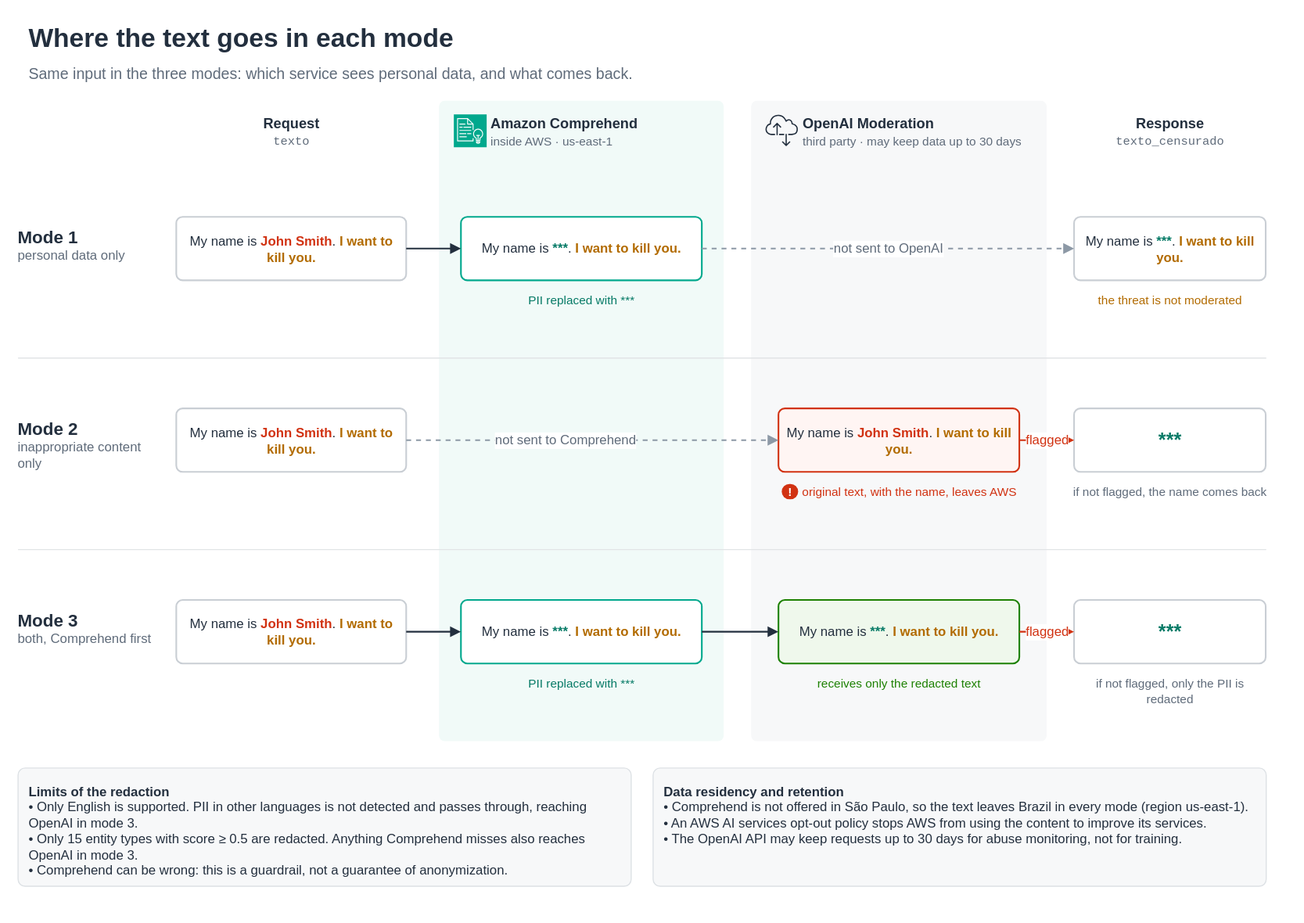
The draw.io diagram docs/diagrams/data-flow.drawio.svg in EnzoHashinokutiXavier/Guardrail-AI-Moderator, before a commit. Source tidied: cells renumbered, new cells last; positions are measured from the earlier drawing's top-left corner, leaving out a move shared by most shapes. The source it was exported from:
```xml
<mxGraphModel background="#FFFFFF">
  <root>
    <mxCell id="0" />
    <mxCell id="1" parent="0" />
    <mxCell id="2" value="Where the text goes in each mode" style="text;html=1;align=left;verticalAlign=top;fontSize=24;fontStyle=1;fontColor=#232F3E;whiteSpace=wrap;spacing=0;" parent="1" vertex="1">
      <mxGeometry x="10" width="1120" height="32" as="geometry" />
    </mxCell>
    <mxCell id="3" value="Same input in the three modes: which service sees personal data, and what comes back." style="text;html=1;align=left;verticalAlign=top;fontSize=14;fontColor=#5F6B7A;whiteSpace=wrap;spacing=0;" parent="1" vertex="1">
      <mxGeometry x="10" y="38" width="1120" height="22" as="geometry" />
    </mxCell>
    <mxCell id="4" style="rounded=1;arcSize=2;fillColor=#F1FAF8;strokeColor=none;" parent="1" vertex="1">
      <mxGeometry x="385" y="76" width="260" height="585" as="geometry" />
    </mxCell>
    <mxCell id="5" style="rounded=1;arcSize=2;fillColor=#F7F8F9;strokeColor=none;" parent="1" vertex="1">
      <mxGeometry x="670" y="76" width="270" height="585" as="geometry" />
    </mxCell>
    <mxCell id="6" value="&lt;b&gt;Request&lt;/b&gt;&lt;br&gt;&lt;font style=&quot;font-size:11px;&quot; color=&quot;#5F6B7A&quot;&gt;&lt;font face=&quot;Courier New&quot;&gt;texto&lt;/font&gt;&lt;/font&gt;" style="text;html=1;align=center;verticalAlign=middle;fontSize=13;fontColor=#232F3E;whiteSpace=wrap;spacing=0;" parent="1" vertex="1">
      <mxGeometry x="140" y="82" width="220" height="44" as="geometry" />
    </mxCell>
    <mxCell id="7" style="sketch=0;fontColor=#232F3E;dashed=0;html=1;fillColor=#01A88D;strokeColor=#ffffff;shape=mxgraph.aws4.resourceIcon;resIcon=mxgraph.aws4.comprehend;" parent="1" vertex="1">
      <mxGeometry x="398" y="88" width="30" height="30" as="geometry" />
    </mxCell>
    <mxCell id="8" value="&lt;b&gt;Amazon Comprehend&lt;/b&gt;&lt;br&gt;&lt;font style=&quot;font-size:11px;&quot; color=&quot;#5F6B7A&quot;&gt;inside AWS · us-east-1&lt;/font&gt;" style="text;html=1;align=left;verticalAlign=middle;fontSize=13;fontColor=#232F3E;whiteSpace=wrap;spacing=0;" parent="1" vertex="1">
      <mxGeometry x="432" y="82" width="200" height="44" as="geometry" />
    </mxCell>
    <mxCell id="9" style="sketch=0;dashed=0;html=1;fillColor=#232F3E;strokeColor=none;shape=mxgraph.aws4.internet_alt2;" parent="1" vertex="1">
      <mxGeometry x="683" y="88" width="30" height="30" as="geometry" />
    </mxCell>
    <mxCell id="10" value="&lt;b&gt;OpenAI Moderation&lt;/b&gt;&lt;br&gt;&lt;font style=&quot;font-size:11px;&quot; color=&quot;#5F6B7A&quot;&gt;third party · may keep data up to 30 days&lt;/font&gt;" style="text;html=1;align=left;verticalAlign=middle;fontSize=13;fontColor=#232F3E;whiteSpace=wrap;spacing=0;" parent="1" vertex="1">
      <mxGeometry x="717" y="82" width="220" height="44" as="geometry" />
    </mxCell>
    <mxCell id="11" value="&lt;b&gt;Response&lt;/b&gt;&lt;br&gt;&lt;font style=&quot;font-size:11px;&quot; color=&quot;#5F6B7A&quot;&gt;&lt;font face=&quot;Courier New&quot;&gt;texto_censurado&lt;/font&gt;&lt;/font&gt;" style="text;html=1;align=center;verticalAlign=middle;fontSize=13;fontColor=#232F3E;whiteSpace=wrap;spacing=0;" parent="1" vertex="1">
      <mxGeometry x="965" y="82" width="175" height="44" as="geometry" />
    </mxCell>
    <mxCell id="12" value="&lt;font style=&quot;font-size:16px;&quot;&gt;&lt;b&gt;Mode 1&lt;/b&gt;&lt;/font&gt;&lt;br&gt;&lt;font style=&quot;font-size:12px;&quot; color=&quot;#5F6B7A&quot;&gt;personal data only&lt;/font&gt;" style="text;html=1;align=left;verticalAlign=top;fontSize=12;fontColor=#232F3E;whiteSpace=wrap;spacing=0;" parent="1" vertex="1">
      <mxGeometry y="186" width="135" height="50" as="geometry" />
    </mxCell>
    <mxCell id="13" value="My name is &lt;b&gt;&lt;font color=&quot;#D13212&quot;&gt;John Smith&lt;/font&gt;&lt;/b&gt;. &lt;b&gt;&lt;font color=&quot;#B26B00&quot;&gt;I want to kill you.&lt;/font&gt;&lt;/b&gt;" style="rounded=1;arcSize=10;whiteSpace=wrap;html=1;fillColor=#FFFFFF;strokeColor=#C9CED4;fontColor=#232F3E;fontSize=12;align=center;verticalAlign=middle;strokeWidth=1.5;spacing=8;" parent="1" vertex="1">
      <mxGeometry x="145" y="182" width="210" height="58" as="geometry" />
    </mxCell>
    <mxCell id="14" value="My name is &lt;b&gt;&lt;font color=&quot;#067A66&quot;&gt;***&lt;/font&gt;&lt;/b&gt;. &lt;b&gt;&lt;font color=&quot;#B26B00&quot;&gt;I want to kill you.&lt;/font&gt;&lt;/b&gt;" style="rounded=1;arcSize=10;whiteSpace=wrap;html=1;fillColor=#FFFFFF;strokeColor=#01A88D;fontColor=#232F3E;fontSize=12;align=center;verticalAlign=middle;strokeWidth=1.5;spacing=8;" parent="1" vertex="1">
      <mxGeometry x="405" y="182" width="220" height="58" as="geometry" />
    </mxCell>
    <mxCell id="15" value="&lt;font style=&quot;font-size:11px;&quot; color=&quot;#067A66&quot;&gt;PII replaced with ***&lt;/font&gt;" style="text;html=1;align=center;verticalAlign=top;fontSize=12;fontColor=#232F3E;whiteSpace=wrap;spacing=0;" parent="1" vertex="1">
      <mxGeometry x="405" y="246" width="220" height="20" as="geometry" />
    </mxCell>
    <mxCell id="16" value="My name is &lt;b&gt;&lt;font color=&quot;#067A66&quot;&gt;***&lt;/font&gt;&lt;/b&gt;. &lt;b&gt;&lt;font color=&quot;#B26B00&quot;&gt;I want to kill you.&lt;/font&gt;&lt;/b&gt;" style="rounded=1;arcSize=10;whiteSpace=wrap;html=1;fillColor=#FFFFFF;strokeColor=#C9CED4;fontColor=#232F3E;fontSize=12;align=center;verticalAlign=middle;strokeWidth=1.5;spacing=8;" parent="1" vertex="1">
      <mxGeometry x="965" y="182" width="175" height="58" as="geometry" />
    </mxCell>
    <mxCell id="17" value="&lt;font style=&quot;font-size:11px;&quot; color=&quot;#B26B00&quot;&gt;the threat is not moderated&lt;/font&gt;" style="text;html=1;align=center;verticalAlign=top;fontSize=12;fontColor=#232F3E;whiteSpace=wrap;spacing=0;" parent="1" vertex="1">
      <mxGeometry x="965" y="246" width="175" height="20" as="geometry" />
    </mxCell>
    <mxCell id="18" style="edgeStyle=orthogonalEdgeStyle;rounded=1;jettySize=auto;html=1;endArrow=block;endFill=1;strokeWidth=2;strokeColor=#232F3E;fontSize=12;fontColor=#232F3E;labelBackgroundColor=#FFFFFF;exitX=1;exitY=0.5;exitDx=0;exitDy=0;entryX=0;entryY=0.5;entryDx=0;entryDy=0;strokeWidth=1.5;" parent="1" edge="1" source="13" target="14">
      <mxGeometry relative="1" as="geometry" />
    </mxCell>
    <mxCell id="19" value="not sent to OpenAI" style="edgeStyle=orthogonalEdgeStyle;rounded=1;jettySize=auto;html=1;endArrow=block;endFill=1;strokeWidth=2;strokeColor=#232F3E;fontSize=12;fontColor=#232F3E;labelBackgroundColor=#FFFFFF;exitX=1;exitY=0.5;exitDx=0;exitDy=0;entryX=0;entryY=0.5;entryDx=0;entryDy=0;strokeWidth=1.5;dashed=1;strokeColor=#8D99A6;fontColor=#5F6B7A;" parent="1" edge="1" source="14" target="16">
      <mxGeometry relative="1" as="geometry" />
    </mxCell>
    <mxCell id="20" style="line;strokeColor=#E1E4E6;strokeWidth=1;" parent="1" vertex="1">
      <mxGeometry y="310" width="1140" height="1" as="geometry" />
    </mxCell>
    <mxCell id="21" value="&lt;font style=&quot;font-size:16px;&quot;&gt;&lt;b&gt;Mode 2&lt;/b&gt;&lt;/font&gt;&lt;br&gt;&lt;font style=&quot;font-size:12px;&quot; color=&quot;#5F6B7A&quot;&gt;inappropriate content only&lt;/font&gt;" style="text;html=1;align=left;verticalAlign=top;fontSize=12;fontColor=#232F3E;whiteSpace=wrap;spacing=0;" parent="1" vertex="1">
      <mxGeometry y="361" width="135" height="50" as="geometry" />
    </mxCell>
    <mxCell id="22" value="My name is &lt;b&gt;&lt;font color=&quot;#D13212&quot;&gt;John Smith&lt;/font&gt;&lt;/b&gt;. &lt;b&gt;&lt;font color=&quot;#B26B00&quot;&gt;I want to kill you.&lt;/font&gt;&lt;/b&gt;" style="rounded=1;arcSize=10;whiteSpace=wrap;html=1;fillColor=#FFFFFF;strokeColor=#C9CED4;fontColor=#232F3E;fontSize=12;align=center;verticalAlign=middle;strokeWidth=1.5;spacing=8;" parent="1" vertex="1">
      <mxGeometry x="145" y="357" width="210" height="58" as="geometry" />
    </mxCell>
    <mxCell id="23" value="My name is &lt;b&gt;&lt;font color=&quot;#D13212&quot;&gt;John Smith&lt;/font&gt;&lt;/b&gt;. &lt;b&gt;&lt;font color=&quot;#B26B00&quot;&gt;I want to kill you.&lt;/font&gt;&lt;/b&gt;" style="rounded=1;arcSize=10;whiteSpace=wrap;html=1;fillColor=#FFF5F3;strokeColor=#D13212;fontColor=#232F3E;fontSize=12;align=center;verticalAlign=middle;strokeWidth=1.5;spacing=8;" parent="1" vertex="1">
      <mxGeometry x="695" y="357" width="220" height="58" as="geometry" />
    </mxCell>
    <mxCell id="24" value="&lt;span style=&quot;background-color:#D13212;color:#FFFFFF;border-radius:10px;padding:1px 6px;font-weight:bold;font-size:11px;&quot;&gt;!&lt;/span&gt; &lt;font style=&quot;font-size:11px;&quot; color=&quot;#D13212&quot;&gt;original text, with the name, leaves AWS&lt;/font&gt;" style="text;html=1;align=center;verticalAlign=top;fontSize=12;fontColor=#232F3E;whiteSpace=wrap;spacing=0;" parent="1" vertex="1">
      <mxGeometry x="670" y="421" width="270" height="20" as="geometry" />
    </mxCell>
    <mxCell id="25" value="&lt;b&gt;&lt;font style=&quot;font-size:18px;&quot; color=&quot;#067A66&quot;&gt;***&lt;/font&gt;&lt;/b&gt;" style="rounded=1;arcSize=10;whiteSpace=wrap;html=1;fillColor=#FFFFFF;strokeColor=#C9CED4;fontColor=#232F3E;fontSize=12;align=center;verticalAlign=middle;strokeWidth=1.5;spacing=8;" parent="1" vertex="1">
      <mxGeometry x="965" y="357" width="175" height="58" as="geometry" />
    </mxCell>
    <mxCell id="26" value="&lt;font style=&quot;font-size:11px;&quot; color=&quot;#5F6B7A&quot;&gt;if not flagged, the name comes back&lt;/font&gt;" style="text;html=1;align=center;verticalAlign=top;fontSize=12;fontColor=#232F3E;whiteSpace=wrap;spacing=0;" parent="1" vertex="1">
      <mxGeometry x="965" y="421" width="175" height="20" as="geometry" />
    </mxCell>
    <mxCell id="27" value="not sent to Comprehend" style="edgeStyle=orthogonalEdgeStyle;rounded=1;jettySize=auto;html=1;endArrow=block;endFill=1;strokeWidth=2;strokeColor=#232F3E;fontSize=12;fontColor=#232F3E;labelBackgroundColor=#FFFFFF;exitX=1;exitY=0.5;exitDx=0;exitDy=0;entryX=0;entryY=0.5;entryDx=0;entryDy=0;strokeWidth=1.5;dashed=1;strokeColor=#8D99A6;fontColor=#5F6B7A;" parent="1" edge="1" source="22" target="23">
      <mxGeometry x="-0.15" relative="1" as="geometry" />
    </mxCell>
    <mxCell id="28" value="flagged" style="edgeStyle=orthogonalEdgeStyle;rounded=1;jettySize=auto;html=1;endArrow=block;endFill=1;strokeWidth=2;strokeColor=#232F3E;fontSize=12;fontColor=#232F3E;labelBackgroundColor=#FFFFFF;exitX=1;exitY=0.5;exitDx=0;exitDy=0;entryX=0;entryY=0.5;entryDx=0;entryDy=0;strokeWidth=1.5;strokeColor=#D13212;fontColor=#D13212;" parent="1" edge="1" source="23" target="25">
      <mxGeometry relative="1" as="geometry" />
    </mxCell>
    <mxCell id="29" style="line;strokeColor=#E1E4E6;strokeWidth=1;" parent="1" vertex="1">
      <mxGeometry y="485" width="1140" height="1" as="geometry" />
    </mxCell>
    <mxCell id="30" value="&lt;font style=&quot;font-size:16px;&quot;&gt;&lt;b&gt;Mode 3&lt;/b&gt;&lt;/font&gt;&lt;br&gt;&lt;font style=&quot;font-size:12px;&quot; color=&quot;#5F6B7A&quot;&gt;both, Comprehend first&lt;/font&gt;" style="text;html=1;align=left;verticalAlign=top;fontSize=12;fontColor=#232F3E;whiteSpace=wrap;spacing=0;" parent="1" vertex="1">
      <mxGeometry y="536" width="135" height="50" as="geometry" />
    </mxCell>
    <mxCell id="31" value="My name is &lt;b&gt;&lt;font color=&quot;#D13212&quot;&gt;John Smith&lt;/font&gt;&lt;/b&gt;. &lt;b&gt;&lt;font color=&quot;#B26B00&quot;&gt;I want to kill you.&lt;/font&gt;&lt;/b&gt;" style="rounded=1;arcSize=10;whiteSpace=wrap;html=1;fillColor=#FFFFFF;strokeColor=#C9CED4;fontColor=#232F3E;fontSize=12;align=center;verticalAlign=middle;strokeWidth=1.5;spacing=8;" parent="1" vertex="1">
      <mxGeometry x="145" y="532" width="210" height="58" as="geometry" />
    </mxCell>
    <mxCell id="32" value="My name is &lt;b&gt;&lt;font color=&quot;#067A66&quot;&gt;***&lt;/font&gt;&lt;/b&gt;. &lt;b&gt;&lt;font color=&quot;#B26B00&quot;&gt;I want to kill you.&lt;/font&gt;&lt;/b&gt;" style="rounded=1;arcSize=10;whiteSpace=wrap;html=1;fillColor=#FFFFFF;strokeColor=#01A88D;fontColor=#232F3E;fontSize=12;align=center;verticalAlign=middle;strokeWidth=1.5;spacing=8;" parent="1" vertex="1">
      <mxGeometry x="405" y="532" width="220" height="58" as="geometry" />
    </mxCell>
    <mxCell id="33" value="&lt;font style=&quot;font-size:11px;&quot; color=&quot;#067A66&quot;&gt;PII replaced with ***&lt;/font&gt;" style="text;html=1;align=center;verticalAlign=top;fontSize=12;fontColor=#232F3E;whiteSpace=wrap;spacing=0;" parent="1" vertex="1">
      <mxGeometry x="405" y="596" width="220" height="20" as="geometry" />
    </mxCell>
    <mxCell id="34" value="My name is &lt;b&gt;&lt;font color=&quot;#067A66&quot;&gt;***&lt;/font&gt;&lt;/b&gt;. &lt;b&gt;&lt;font color=&quot;#B26B00&quot;&gt;I want to kill you.&lt;/font&gt;&lt;/b&gt;" style="rounded=1;arcSize=10;whiteSpace=wrap;html=1;fillColor=#EFF8EC;strokeColor=#1D8102;fontColor=#232F3E;fontSize=12;align=center;verticalAlign=middle;strokeWidth=1.5;spacing=8;" parent="1" vertex="1">
      <mxGeometry x="695" y="532" width="220" height="58" as="geometry" />
    </mxCell>
    <mxCell id="35" value="&lt;font style=&quot;font-size:11px;&quot; color=&quot;#1D8102&quot;&gt;receives only the redacted text&lt;/font&gt;" style="text;html=1;align=center;verticalAlign=top;fontSize=12;fontColor=#232F3E;whiteSpace=wrap;spacing=0;" parent="1" vertex="1">
      <mxGeometry x="670" y="596" width="270" height="20" as="geometry" />
    </mxCell>
    <mxCell id="36" value="&lt;b&gt;&lt;font style=&quot;font-size:18px;&quot; color=&quot;#067A66&quot;&gt;***&lt;/font&gt;&lt;/b&gt;" style="rounded=1;arcSize=10;whiteSpace=wrap;html=1;fillColor=#FFFFFF;strokeColor=#C9CED4;fontColor=#232F3E;fontSize=12;align=center;verticalAlign=middle;strokeWidth=1.5;spacing=8;" parent="1" vertex="1">
      <mxGeometry x="965" y="532" width="175" height="58" as="geometry" />
    </mxCell>
    <mxCell id="37" value="&lt;font style=&quot;font-size:11px;&quot; color=&quot;#5F6B7A&quot;&gt;if not flagged, only the PII is redacted&lt;/font&gt;" style="text;html=1;align=center;verticalAlign=top;fontSize=12;fontColor=#232F3E;whiteSpace=wrap;spacing=0;" parent="1" vertex="1">
      <mxGeometry x="965" y="596" width="175" height="20" as="geometry" />
    </mxCell>
    <mxCell id="38" style="edgeStyle=orthogonalEdgeStyle;rounded=1;jettySize=auto;html=1;endArrow=block;endFill=1;strokeWidth=2;strokeColor=#232F3E;fontSize=12;fontColor=#232F3E;labelBackgroundColor=#FFFFFF;exitX=1;exitY=0.5;exitDx=0;exitDy=0;entryX=0;entryY=0.5;entryDx=0;entryDy=0;strokeWidth=1.5;" parent="1" edge="1" source="31" target="32">
      <mxGeometry relative="1" as="geometry" />
    </mxCell>
    <mxCell id="39" style="edgeStyle=orthogonalEdgeStyle;rounded=1;jettySize=auto;html=1;endArrow=block;endFill=1;strokeWidth=2;strokeColor=#232F3E;fontSize=12;fontColor=#232F3E;labelBackgroundColor=#FFFFFF;exitX=1;exitY=0.5;exitDx=0;exitDy=0;entryX=0;entryY=0.5;entryDx=0;entryDy=0;strokeWidth=1.5;" parent="1" edge="1" source="32" target="34">
      <mxGeometry relative="1" as="geometry" />
    </mxCell>
    <mxCell id="40" value="flagged" style="edgeStyle=orthogonalEdgeStyle;rounded=1;jettySize=auto;html=1;endArrow=block;endFill=1;strokeWidth=2;strokeColor=#232F3E;fontSize=12;fontColor=#232F3E;labelBackgroundColor=#FFFFFF;exitX=1;exitY=0.5;exitDx=0;exitDy=0;entryX=0;entryY=0.5;entryDx=0;entryDy=0;strokeWidth=1.5;strokeColor=#D13212;fontColor=#D13212;" parent="1" edge="1" source="34" target="36">
      <mxGeometry relative="1" as="geometry" />
    </mxCell>
    <mxCell id="41" value="&lt;b&gt;Limits of the redaction&lt;/b&gt;&lt;br&gt;• Only English is supported. PII in other languages is not detected and passes through, reaching OpenAI in mode 3.&lt;br&gt;• Only 15 entity types with score ≥ 0.5 are redacted. Anything Comprehend misses also reaches OpenAI in mode 3.&lt;br&gt;• Comprehend can be wrong: this is a guardrail, not a guarantee of anonymization." style="rounded=1;arcSize=6;whiteSpace=wrap;html=1;fillColor=#F7F8F9;strokeColor=#DDE1E5;fontColor=#232F3E;fontSize=12;align=left;verticalAlign=top;spacing=10;" parent="1" vertex="1">
      <mxGeometry y="685" width="560" height="108" as="geometry" />
    </mxCell>
    <mxCell id="42" value="&lt;b&gt;Data residency and retention&lt;/b&gt;&lt;br&gt;• Comprehend is not offered in São Paulo, so the text leaves Brazil in every mode (region us-east-1).&lt;br&gt;• An AWS AI services opt-out policy stops AWS from using the content to improve its services.&lt;br&gt;• The OpenAI API may keep requests up to 30 days for abuse monitoring, not for training." style="rounded=1;arcSize=6;whiteSpace=wrap;html=1;fillColor=#F7F8F9;strokeColor=#DDE1E5;fontColor=#232F3E;fontSize=12;align=left;verticalAlign=top;spacing=10;" parent="1" vertex="1">
      <mxGeometry x="580" y="685" width="560" height="108" as="geometry" />
    </mxCell>
  </root>
</mxGraphModel>
```
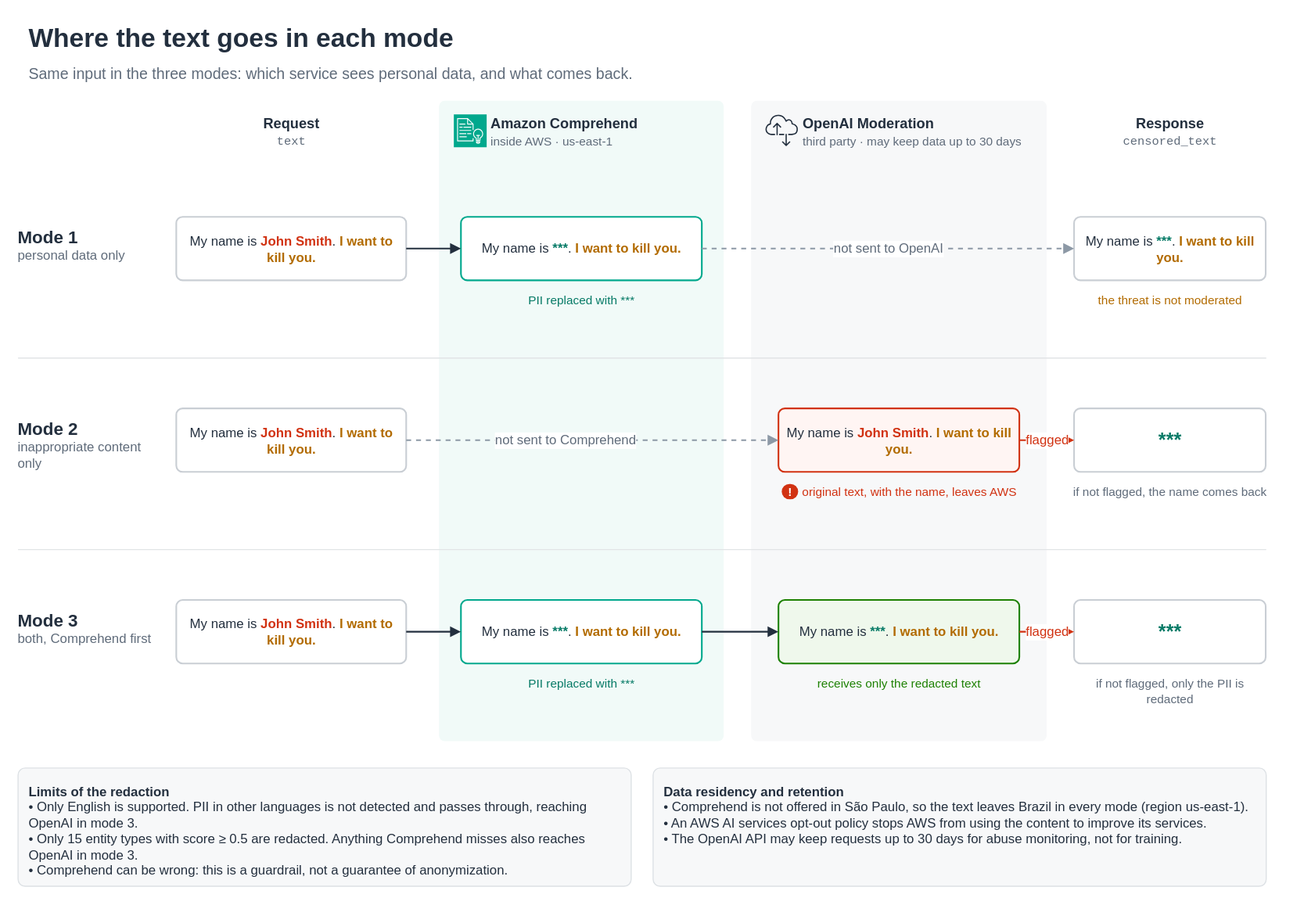
After the change.

Diff of the diagram source:
```diff
@@ -14,7 +14,7 @@
     <mxCell id="5" style="rounded=1;arcSize=2;fillColor=#F7F8F9;strokeColor=none;" parent="1" vertex="1">
       <mxGeometry x="670" y="76" width="270" height="585" as="geometry" />
     </mxCell>
-    <mxCell id="6" value="&lt;b&gt;Request&lt;/b&gt;&lt;br&gt;&lt;font style=&quot;font-size:11px;&quot; color=&quot;#5F6B7A&quot;&gt;&lt;font face=&quot;Courier New&quot;&gt;texto&lt;/font&gt;&lt;/font&gt;" style="text;html=1;align=center;verticalAlign=middle;fontSize=13;fontColor=#232F3E;whiteSpace=wrap;spacing=0;" parent="1" vertex="1">
+    <mxCell id="6" value="&lt;b&gt;Request&lt;/b&gt;&lt;br&gt;&lt;font style=&quot;font-size:11px;&quot; color=&quot;#5F6B7A&quot;&gt;&lt;font face=&quot;Courier New&quot;&gt;text&lt;/font&gt;&lt;/font&gt;" style="text;html=1;align=center;verticalAlign=middle;fontSize=13;fontColor=#232F3E;whiteSpace=wrap;spacing=0;" parent="1" vertex="1">
       <mxGeometry x="140" y="82" width="220" height="44" as="geometry" />
     </mxCell>
     <mxCell id="7" style="sketch=0;fontColor=#232F3E;dashed=0;html=1;fillColor=#01A88D;strokeColor=#ffffff;shape=mxgraph.aws4.resourceIcon;resIcon=mxgraph.aws4.comprehend;" parent="1" vertex="1">
@@ -29,7 +29,7 @@
     <mxCell id="10" value="&lt;b&gt;OpenAI Moderation&lt;/b&gt;&lt;br&gt;&lt;font style=&quot;font-size:11px;&quot; color=&quot;#5F6B7A&quot;&gt;third party · may keep data up to 30 days&lt;/font&gt;" style="text;html=1;align=left;verticalAlign=middle;fontSize=13;fontColor=#232F3E;whiteSpace=wrap;spacing=0;" parent="1" vertex="1">
       <mxGeometry x="717" y="82" width="220" height="44" as="geometry" />
     </mxCell>
-    <mxCell id="11" value="&lt;b&gt;Response&lt;/b&gt;&lt;br&gt;&lt;font style=&quot;font-size:11px;&quot; color=&quot;#5F6B7A&quot;&gt;&lt;font face=&quot;Courier New&quot;&gt;texto_censurado&lt;/font&gt;&lt;/font&gt;" style="text;html=1;align=center;verticalAlign=middle;fontSize=13;fontColor=#232F3E;whiteSpace=wrap;spacing=0;" parent="1" vertex="1">
+    <mxCell id="11" value="&lt;b&gt;Response&lt;/b&gt;&lt;br&gt;&lt;font style=&quot;font-size:11px;&quot; color=&quot;#5F6B7A&quot;&gt;&lt;font face=&quot;Courier New&quot;&gt;censored_text&lt;/font&gt;&lt;/font&gt;" style="text;html=1;align=center;verticalAlign=middle;fontSize=13;fontColor=#232F3E;whiteSpace=wrap;spacing=0;" parent="1" vertex="1">
       <mxGeometry x="965" y="82" width="175" height="44" as="geometry" />
     </mxCell>
     <mxCell id="12" value="&lt;font style=&quot;font-size:16px;&quot;&gt;&lt;b&gt;Mode 1&lt;/b&gt;&lt;/font&gt;&lt;br&gt;&lt;font style=&quot;font-size:12px;&quot; color=&quot;#5F6B7A&quot;&gt;personal data only&lt;/font&gt;" style="text;html=1;align=left;verticalAlign=top;fontSize=12;fontColor=#232F3E;whiteSpace=wrap;spacing=0;" parent="1" vertex="1">
```
